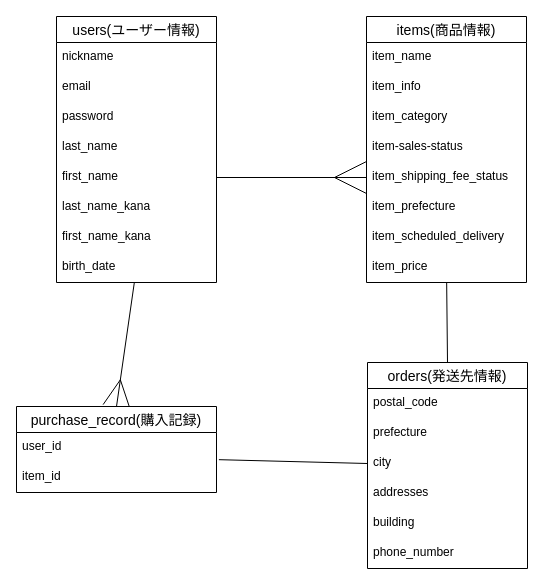
Above: er.dio in tomotomotom/furima-41770 (draw.io), before the change. Source tidied: cells renumbered, new cells numbered last; positions are measured from the earlier drawing's top-left corner, leaving out a move shared by most shapes. Both pictures are drawn from the tidied source at 100%, with x=0, y=0 at pixel (16, 16).
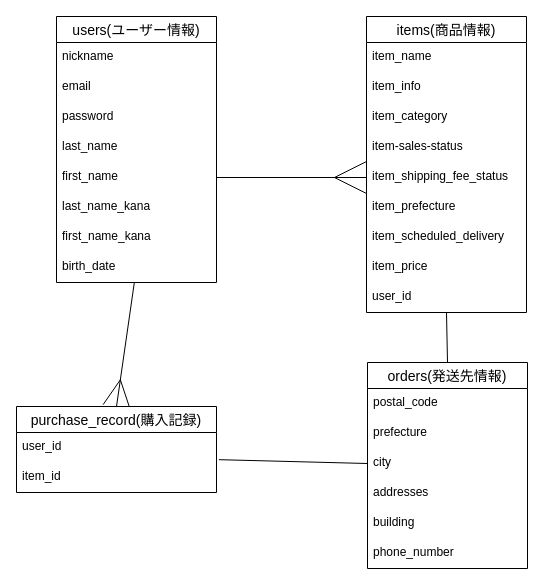
The same diagram, later.

Commit message (it also covers changes not shown here):
データベース設計修正１

Unchanged cells that the change refers to:
```xml
<mxCell id="19" value="item_price" style="text;strokeColor=none;fillColor=none;spacingLeft=4;spacingRight=4;overflow=hidden;points=[[0,0.5],[1,0.5]];portConstraint=eastwest;fontSize=12;strokeWidth=1;" parent="11" vertex="1">
  <mxGeometry y="236" width="160" height="30" as="geometry" />
</mxCell>
<mxCell id="21" value="orders(発送先情報)" style="swimlane;fontStyle=0;horizontal=1;startSize=26;align=center;fontSize=14;strokeWidth=1;" parent="1" vertex="1">
  <mxGeometry x="351" y="346" width="160" height="206" as="geometry" />
</mxCell>
```

Diff of the diagram source:
```diff
@@
     <mxCell id="11" value="items(商品情報)" style="swimlane;fontStyle=0;horizontal=1;startSize=26;align=center;fontSize=14;strokeWidth=1;" parent="1" vertex="1">
-      <mxGeometry x="350" width="160" height="266" as="geometry" />
+      <mxGeometry x="350" width="160" height="296" as="geometry" />
     </mxCell>
@@
+    <mxCell id="34" value="user_id" style="text;strokeColor=none;fillColor=none;spacingLeft=4;spacingRight=4;overflow=hidden;fontSize=12;strokeWidth=1;" parent="11" vertex="1">
+      <mxGeometry y="266" width="160" height="30" as="geometry" />
+    </mxCell>
-    <mxCell id="20" style="edgeStyle=none;jumpSize=13;html=1;exitX=0.5;exitY=0;exitDx=0;exitDy=0;strokeWidth=1;startArrow=none;startFill=0;endArrow=none;endFill=0;startSize=6;sourcePerimeterSpacing=0;" parent="1" edge="1" source="21" target="19">
-      <mxGeometry relative="1" as="geometry" />
+    <mxCell id="20" style="edgeStyle=none;jumpSize=13;html=1;exitX=0.5;exitY=0;exitDx=0;exitDy=0;strokeWidth=1;startArrow=none;startFill=0;endArrow=none;endFill=0;startSize=6;sourcePerimeterSpacing=0;" parent="1" edge="1" source="21">
+      <mxGeometry relative="1" as="geometry">
+        <mxPoint x="430" y="296" as="targetPoint" />
+      </mxGeometry>
     </mxCell>
```
